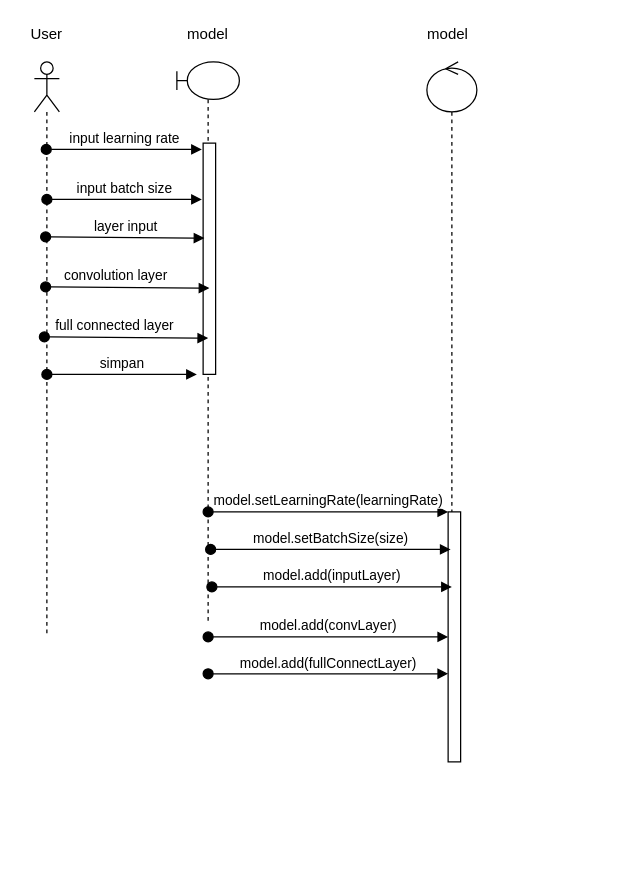
The draw.io diagram page "model" (1 of 10) of diagram/sequence.drawio in fifinal/skripsi-cnn-toga, before the edit. Source tidied: cells renumbered, new cells numbered last; positions are measured from the earlier drawing's top-left corner, leaving out a move shared by most shapes. Both pictures are drawn from the tidied source at 125%, with x=0, y=0 at pixel (21, 21).
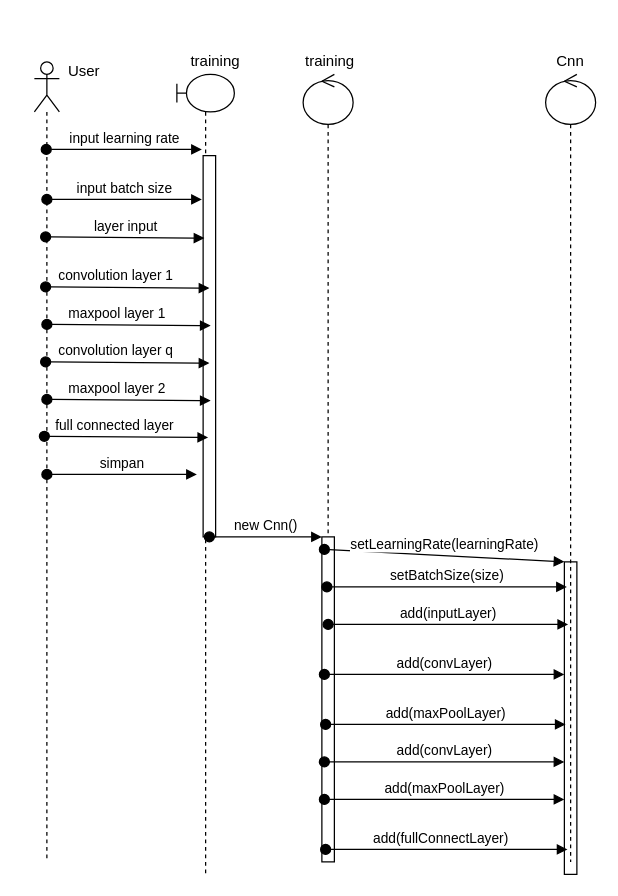
The same diagram, later.

Change to the diagram source:
```diff
@@
     <mxCell id="2" style="shape=umlLifeline;participant=umlActor;perimeter=lifelinePerimeter;whiteSpace=wrap;html=1;verticalAlign=top;spacingTop=36;labelBackgroundColor=#ffffff;outlineConnect=0;" parent="1" vertex="1">
-      <mxGeometry x="10" y="32" width="20" height="460" as="geometry" />
+      <mxGeometry x="10" y="32" width="20" height="640" as="geometry" />
     </mxCell>
@@
-    <mxCell id="4" value="simpan" style="html=1;verticalAlign=bottom;startArrow=oval;startFill=1;endArrow=block;startSize=8;" parent="2" edge="1">
-      <mxGeometry relative="1" as="geometry">
-        <mxPoint x="10" y="250" as="sourcePoint" />
-        <mxPoint x="130" y="250" as="targetPoint" />
-      </mxGeometry>
-    </mxCell>
     <mxCell id="5" style="shape=umlLifeline;participant=umlBoundary;perimeter=lifelinePerimeter;whiteSpace=wrap;html=1;verticalAlign=top;spacingTop=36;labelBackgroundColor=#ffffff;size=30;" parent="1" vertex="1">
-      <mxGeometry x="124" y="32" width="50" height="450" as="geometry" />
+      <mxGeometry x="124" y="42" width="46" height="640" as="geometry" />
     </mxCell>
     <mxCell id="6" style="html=1;points=[];perimeter=orthogonalPerimeter;" parent="5" vertex="1">
-      <mxGeometry x="21" y="65" width="10" height="185" as="geometry" />
+      <mxGeometry x="21" y="65" width="10" height="305" as="geometry" />
     </mxCell>
     <mxCell id="7" style="shape=umlLifeline;participant=umlControl;perimeter=lifelinePerimeter;whiteSpace=wrap;html=1;verticalAlign=top;spacingTop=36;labelBackgroundColor=#ffffff;" parent="1" vertex="1">
-      <mxGeometry x="324" y="32" width="40" height="470" as="geometry" />
+      <mxGeometry x="225" y="42" width="40" height="620" as="geometry" />
     </mxCell>
     <mxCell id="8" style="html=1;points=[];perimeter=orthogonalPerimeter;" parent="7" vertex="1">
-      <mxGeometry x="17" y="360" width="10" height="200" as="geometry" />
+      <mxGeometry x="209" y="390" width="10" height="250" as="geometry" />
     </mxCell>
+    <mxCell id="21" style="html=1;points=[];perimeter=orthogonalPerimeter;" parent="7" vertex="1">
+      <mxGeometry x="15" y="370" width="10" height="260" as="geometry" />
+    </mxCell>
@@
-    <mxCell id="11" value="convolution layer" style="html=1;verticalAlign=bottom;startArrow=oval;startFill=1;endArrow=block;startSize=8;entryX=0.6;entryY=1.009;entryDx=0;entryDy=0;entryPerimeter=0;" parent="1" edge="1">
+    <mxCell id="11" value="convolution layer 1" style="html=1;verticalAlign=bottom;startArrow=oval;startFill=1;endArrow=block;startSize=8;entryX=0.6;entryY=1.009;entryDx=0;entryDy=0;entryPerimeter=0;" parent="1" edge="1">
       <mxGeometry x="-0.15" relative="1" as="geometry">
         <mxPoint x="19" y="212" as="sourcePoint" />
         <mxPoint x="150" y="213" as="targetPoint" />
       </mxGeometry>
     </mxCell>
     <mxCell id="12" value="full connected layer" style="html=1;verticalAlign=bottom;startArrow=oval;startFill=1;endArrow=block;startSize=8;entryX=0.6;entryY=1.009;entryDx=0;entryDy=0;entryPerimeter=0;" parent="1" edge="1">
       <mxGeometry x="-0.15" relative="1" as="geometry">
-        <mxPoint x="18" y="252" as="sourcePoint" />
-        <mxPoint x="149" y="253" as="targetPoint" />
+        <mxPoint x="18" y="331.5" as="sourcePoint" />
+        <mxPoint x="149" y="332.5" as="targetPoint" />
       </mxGeometry>
     </mxCell>
-    <mxCell id="13" value="model.setLearningRate(learningRate)" style="html=1;verticalAlign=bottom;startArrow=oval;endArrow=block;startSize=8;exitX=0.2;exitY=1;exitDx=0;exitDy=0;exitPerimeter=0;" parent="1" edge="1" target="8">
+    <mxCell id="13" value="setLearningRate(learningRate)" style="html=1;verticalAlign=bottom;startArrow=oval;endArrow=block;startSize=8;exitX=0.2;exitY=1;exitDx=0;exitDy=0;exitPerimeter=0;" parent="1" edge="1" target="8">
       <mxGeometry relative="1" as="geometry">
-        <mxPoint x="149" y="392" as="sourcePoint" />
+        <mxPoint x="242" y="422" as="sourcePoint" />
       </mxGeometry>
     </mxCell>
-    <mxCell id="14" value="model.setBatchSize(size)" style="html=1;verticalAlign=bottom;startArrow=oval;endArrow=block;startSize=8;exitX=0.2;exitY=1;exitDx=0;exitDy=0;exitPerimeter=0;" parent="1" edge="1">
+    <mxCell id="14" value="setBatchSize(size)" style="html=1;verticalAlign=bottom;startArrow=oval;endArrow=block;startSize=8;exitX=0.2;exitY=1;exitDx=0;exitDy=0;exitPerimeter=0;" parent="1" edge="1">
       <mxGeometry relative="1" as="geometry">
-        <mxPoint x="151" y="422" as="sourcePoint" />
-        <mxPoint x="343" y="422" as="targetPoint" />
+        <mxPoint x="244" y="452" as="sourcePoint" />
+        <mxPoint x="436" y="452" as="targetPoint" />
       </mxGeometry>
     </mxCell>
-    <mxCell id="15" value="model.add(inputLayer)" style="html=1;verticalAlign=bottom;startArrow=oval;endArrow=block;startSize=8;exitX=0.2;exitY=1;exitDx=0;exitDy=0;exitPerimeter=0;" parent="1" edge="1">
+    <mxCell id="15" value="add(inputLayer)" style="html=1;verticalAlign=bottom;startArrow=oval;endArrow=block;startSize=8;exitX=0.2;exitY=1;exitDx=0;exitDy=0;exitPerimeter=0;" parent="1" edge="1">
       <mxGeometry relative="1" as="geometry">
-        <mxPoint x="152" y="452" as="sourcePoint" />
-        <mxPoint x="344" y="452" as="targetPoint" />
+        <mxPoint x="245" y="482" as="sourcePoint" />
+        <mxPoint x="437" y="482" as="targetPoint" />
       </mxGeometry>
     </mxCell>
-    <mxCell id="16" value="model.add(convLayer)" style="html=1;verticalAlign=bottom;startArrow=oval;endArrow=block;startSize=8;exitX=0.2;exitY=1;exitDx=0;exitDy=0;exitPerimeter=0;" parent="1" edge="1">
+    <mxCell id="16" value="add(convLayer)" style="html=1;verticalAlign=bottom;startArrow=oval;endArrow=block;startSize=8;exitX=0.2;exitY=1;exitDx=0;exitDy=0;exitPerimeter=0;" parent="1" edge="1">
       <mxGeometry relative="1" as="geometry">
-        <mxPoint x="149" y="492" as="sourcePoint" />
-        <mxPoint x="341" y="492" as="targetPoint" />
+        <mxPoint x="242" y="522" as="sourcePoint" />
+        <mxPoint x="434" y="522" as="targetPoint" />
       </mxGeometry>
     </mxCell>
-    <mxCell id="17" value="model.add(fullConnectLayer)" style="html=1;verticalAlign=bottom;startArrow=oval;endArrow=block;startSize=8;exitX=0.2;exitY=1;exitDx=0;exitDy=0;exitPerimeter=0;" parent="1" edge="1">
-      <mxGeometry relative="1" as="geometry">
-        <mxPoint x="149" y="521.5" as="sourcePoint" />
-        <mxPoint x="341" y="521.5" as="targetPoint" />
+    <mxCell id="17" value="add(fullConnectLayer)" style="html=1;verticalAlign=bottom;startArrow=oval;endArrow=block;startSize=8;" parent="1" edge="1">
+      <mxGeometry x="-0.05" relative="1" as="geometry">
+        <mxPoint x="243" y="662" as="sourcePoint" />
+        <mxPoint x="436.5" y="662" as="targetPoint" />
       </mxGeometry>
     </mxCell>
     <mxCell id="18" value="User" style="text;html=1;strokeColor=none;fillColor=none;align=center;verticalAlign=middle;whiteSpace=wrap;rounded=0;" parent="1" vertex="1">
-      <mxGeometry width="40" height="20" as="geometry" />
+      <mxGeometry x="30" y="30" width="40" height="20" as="geometry" />
     </mxCell>
-    <mxCell id="19" value="model" style="text;html=1;strokeColor=none;fillColor=none;align=center;verticalAlign=middle;whiteSpace=wrap;rounded=0;" parent="1" vertex="1">
-      <mxGeometry x="129" width="40" height="20" as="geometry" />
+    <mxCell id="19" value="training" style="text;html=1;strokeColor=none;fillColor=none;align=center;verticalAlign=middle;whiteSpace=wrap;rounded=0;" parent="1" vertex="1">
+      <mxGeometry x="135" y="22" width="40" height="20" as="geometry" />
     </mxCell>
-    <mxCell id="20" value="model" style="text;html=1;strokeColor=none;fillColor=none;align=center;verticalAlign=middle;whiteSpace=wrap;rounded=0;" parent="1" vertex="1">
-      <mxGeometry x="321" width="40" height="20" as="geometry" />
+    <mxCell id="20" value="Cnn" style="text;html=1;strokeColor=none;fillColor=none;align=center;verticalAlign=middle;whiteSpace=wrap;rounded=0;" parent="1" vertex="1">
+      <mxGeometry x="419" y="22" width="40" height="20" as="geometry" />
     </mxCell>
+    <mxCell id="4" value="simpan" style="html=1;verticalAlign=bottom;startArrow=oval;startFill=1;endArrow=block;startSize=8;" parent="1" edge="1">
+      <mxGeometry relative="1" as="geometry">
+        <mxPoint x="20" y="362" as="sourcePoint" />
+        <mxPoint x="140" y="362" as="targetPoint" />
+      </mxGeometry>
+    </mxCell>
+    <mxCell id="22" value="convolution layer q" style="html=1;verticalAlign=bottom;startArrow=oval;startFill=1;endArrow=block;startSize=8;entryX=0.6;entryY=1.009;entryDx=0;entryDy=0;entryPerimeter=0;" parent="1" edge="1">
+      <mxGeometry x="-0.15" relative="1" as="geometry">
+        <mxPoint x="19" y="272" as="sourcePoint" />
+        <mxPoint x="150" y="273" as="targetPoint" />
+      </mxGeometry>
+    </mxCell>
+    <mxCell id="23" value="maxpool layer 1" style="html=1;verticalAlign=bottom;startArrow=oval;startFill=1;endArrow=block;startSize=8;entryX=0.6;entryY=1.009;entryDx=0;entryDy=0;entryPerimeter=0;" parent="1" edge="1">
+      <mxGeometry x="-0.15" relative="1" as="geometry">
+        <mxPoint x="20" y="242" as="sourcePoint" />
+        <mxPoint x="151" y="243" as="targetPoint" />
+      </mxGeometry>
+    </mxCell>
+    <mxCell id="24" value="maxpool layer 2" style="html=1;verticalAlign=bottom;startArrow=oval;startFill=1;endArrow=block;startSize=8;entryX=0.6;entryY=1.009;entryDx=0;entryDy=0;entryPerimeter=0;" parent="1" edge="1">
+      <mxGeometry x="-0.15" relative="1" as="geometry">
+        <mxPoint x="20" y="302" as="sourcePoint" />
+        <mxPoint x="151" y="303" as="targetPoint" />
+      </mxGeometry>
+    </mxCell>
+    <mxCell id="25" value="add(convLayer)" style="html=1;verticalAlign=bottom;startArrow=oval;endArrow=block;startSize=8;exitX=0.2;exitY=1;exitDx=0;exitDy=0;exitPerimeter=0;" parent="1" edge="1">
+      <mxGeometry relative="1" as="geometry">
+        <mxPoint x="242" y="592" as="sourcePoint" />
+        <mxPoint x="434" y="592" as="targetPoint" />
+      </mxGeometry>
+    </mxCell>
+    <mxCell id="26" value="add(maxPoolLayer)" style="html=1;verticalAlign=bottom;startArrow=oval;endArrow=block;startSize=8;exitX=0.2;exitY=1;exitDx=0;exitDy=0;exitPerimeter=0;" parent="1" edge="1">
+      <mxGeometry relative="1" as="geometry">
+        <mxPoint x="242" y="622" as="sourcePoint" />
+        <mxPoint x="434" y="622" as="targetPoint" />
+      </mxGeometry>
+    </mxCell>
+    <mxCell id="27" value="add(maxPoolLayer)" style="html=1;verticalAlign=bottom;startArrow=oval;endArrow=block;startSize=8;exitX=0.2;exitY=1;exitDx=0;exitDy=0;exitPerimeter=0;" parent="1" edge="1">
+      <mxGeometry relative="1" as="geometry">
+        <mxPoint x="243" y="562" as="sourcePoint" />
+        <mxPoint x="435" y="562" as="targetPoint" />
+      </mxGeometry>
+    </mxCell>
+    <mxCell id="28" style="shape=umlLifeline;participant=umlControl;perimeter=lifelinePerimeter;whiteSpace=wrap;html=1;verticalAlign=top;spacingTop=36;labelBackgroundColor=#ffffff;" parent="1" vertex="1">
+      <mxGeometry x="419" y="42" width="40" height="630" as="geometry" />
+    </mxCell>
+    <mxCell id="29" value="training" style="text;html=1;align=left;verticalAlign=top;spacingTop=-4;" parent="1" vertex="1">
+      <mxGeometry x="225" y="22" width="50" height="20" as="geometry" />
+    </mxCell>
+    <mxCell id="30" value="new Cnn()" style="html=1;verticalAlign=bottom;startArrow=oval;endArrow=block;startSize=8;exitX=0.5;exitY=1;exitDx=0;exitDy=0;exitPerimeter=0;" parent="1" edge="1" source="6" target="21">
+      <mxGeometry relative="1" as="geometry" />
+    </mxCell>
```
